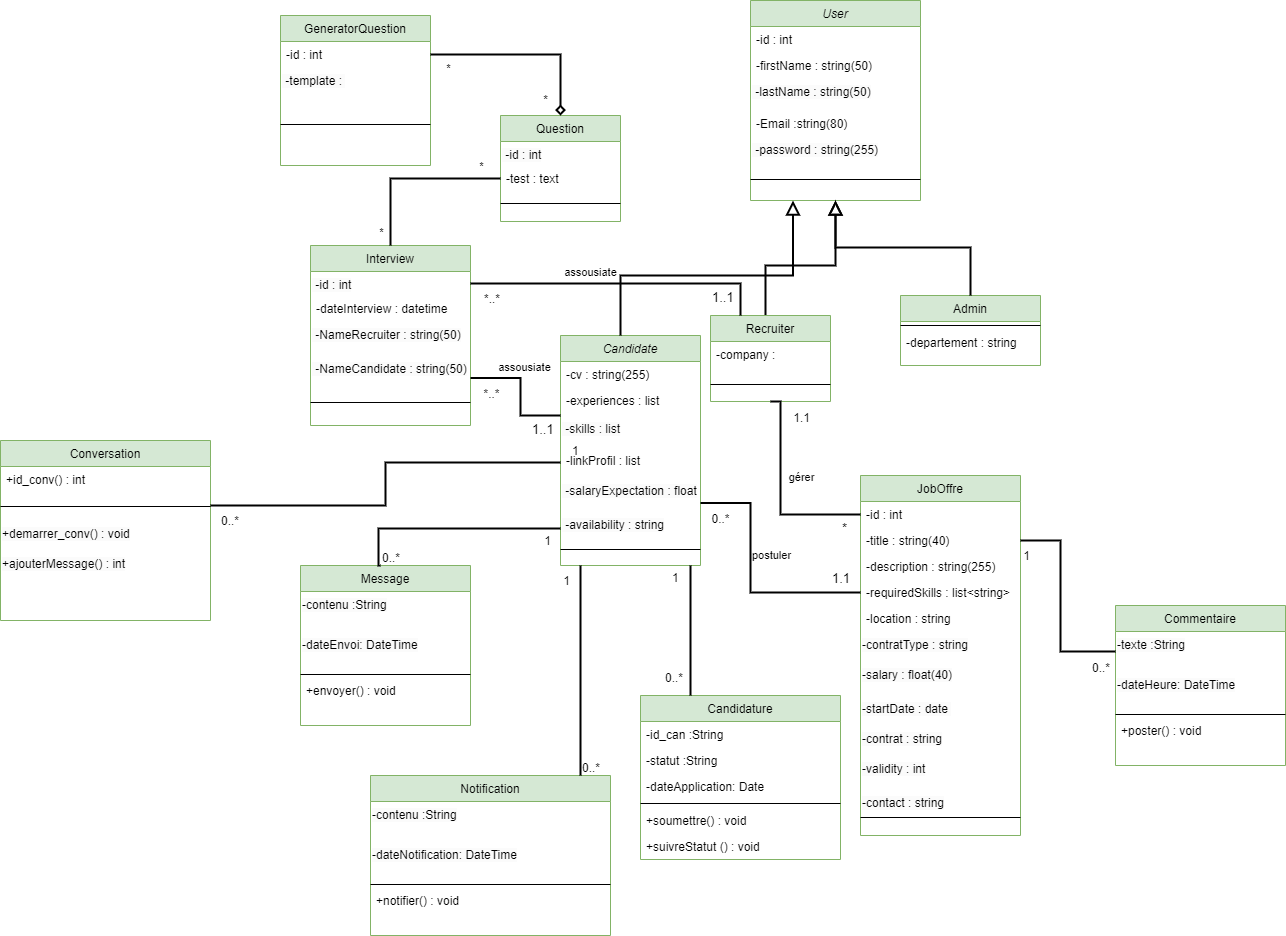
Above: Diagramme class BD.drawio.png in chirine1/-project (draw.io), before the change. Source tidied: cells renumbered, new cells last; positions are measured from the earlier drawing's top-left corner, leaving out a move shared by most shapes.
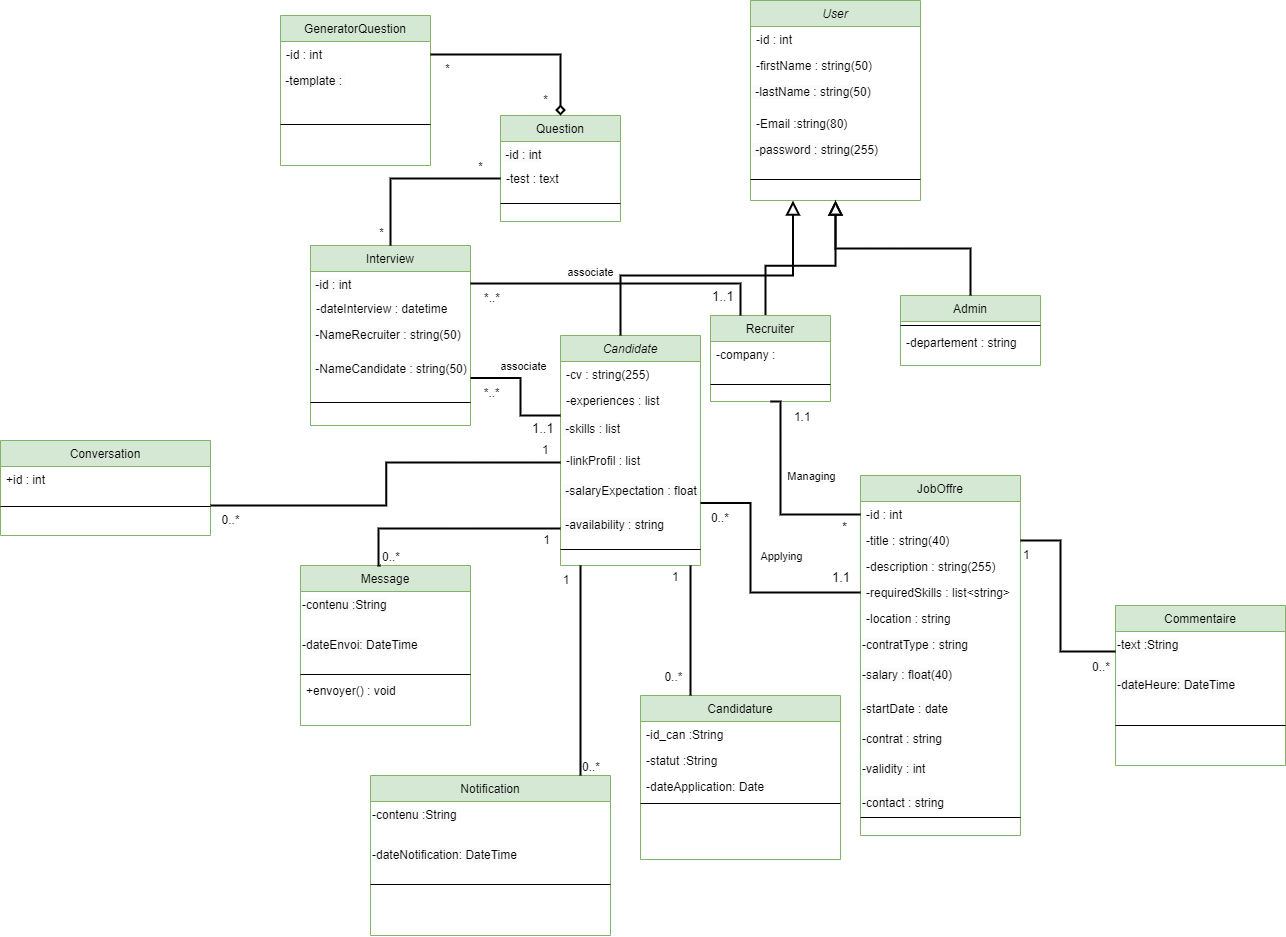
After the commit.

Commit message:
Mettre à jour Diagramme class BD.drawio.png

Change to the diagram source:
```diff
@@ -172,9 +172,9 @@
         <mxPoint x="41" y="24" as="offset" />
       </mxGeometry>
     </mxCell>
-    <mxCell id="55" value="gérer" style="edgeLabel;html=1;align=center;verticalAlign=middle;" parent="52" vertex="1">
+    <mxCell id="55" value="Managing" style="edgeLabel;html=1;align=center;verticalAlign=middle;" parent="52" vertex="1">
       <mxGeometry x="0.23" y="6" relative="1" as="geometry">
-        <mxPoint x="26" y="6" as="offset" />
+        <mxPoint x="36" y="6" as="offset" />
       </mxGeometry>
     </mxCell>
     <mxCell id="56" style="endArrow=none;shadow=0;strokeWidth=2;rounded=0;endFill=0;edgeStyle=elbowEdgeStyle;elbow=horizontal;exitX=0;exitY=0.5;exitDx=0;exitDy=0;entryX=1;entryY=0.75;entryDx=0;entryDy=0;" parent="1" edge="1" source="18" target="35">
@@ -195,9 +195,9 @@
         <mxPoint x="30" y="23" as="offset" />
       </mxGeometry>
     </mxCell>
-    <mxCell id="59" value="postuler" style="edgeLabel;html=1;align=center;verticalAlign=middle;" parent="56" vertex="1">
+    <mxCell id="59" value="Applying" style="edgeLabel;html=1;align=center;verticalAlign=middle;" parent="56" vertex="1">
       <mxGeometry x="0.23" y="6" relative="1" as="geometry">
-        <mxPoint x="26" y="6" as="offset" />
+        <mxPoint x="36" y="6" as="offset" />
       </mxGeometry>
     </mxCell>
     <mxCell id="60" style="endArrow=none;shadow=0;strokeWidth=2;rounded=0;endFill=0;edgeStyle=elbowEdgeStyle;elbow=horizontal;exitX=0;exitY=0;exitDx=0;exitDy=0;entryX=1;entryY=0.75;entryDx=0;entryDy=0;" parent="1" edge="1" source="33" target="50">
@@ -218,7 +218,7 @@
         <mxPoint x="30" y="23" as="offset" />
       </mxGeometry>
     </mxCell>
-    <mxCell id="63" value="assousiate" style="edgeLabel;html=1;align=center;verticalAlign=middle;" parent="60" vertex="1">
+    <mxCell id="63" value="associate" style="edgeLabel;html=1;align=center;verticalAlign=middle;" parent="60" vertex="1">
       <mxGeometry x="0.23" y="6" relative="1" as="geometry">
         <mxPoint x="3" y="-18" as="offset" />
       </mxGeometry>
@@ -265,7 +265,7 @@
         <mxPoint x="30" y="23" as="offset" />
       </mxGeometry>
     </mxCell>
-    <mxCell id="73" value="assousiate" style="edgeLabel;html=1;align=center;verticalAlign=middle;" parent="70" vertex="1">
+    <mxCell id="73" value="associate" style="edgeLabel;html=1;align=center;verticalAlign=middle;" parent="70" vertex="1">
       <mxGeometry x="0.23" y="6" relative="1" as="geometry">
         <mxPoint x="3" y="-18" as="offset" />
       </mxGeometry>
@@ -279,20 +279,14 @@
       </mxGeometry>
     </mxCell>
     <mxCell id="75" value="Conversation" style="swimlane;fontStyle=0;align=center;verticalAlign=top;horizontal=1;startSize=26;rounded=0;shadow=0;strokeWidth=1;fillColor=#d5e8d4;strokeColor=#82b366;" parent="1" vertex="1">
-      <mxGeometry y="440" width="210" height="180" as="geometry" />
+      <mxGeometry y="440" width="210" height="95" as="geometry" />
     </mxCell>
-    <mxCell id="76" value="+id_conv() : int" style="text;align=left;verticalAlign=top;spacingLeft=4;spacingRight=4;overflow=hidden;" parent="75" vertex="1">
+    <mxCell id="76" value="+id : int" style="text;align=left;verticalAlign=top;spacingLeft=4;spacingRight=4;overflow=hidden;" parent="75" vertex="1">
       <mxGeometry y="26" width="210" height="26" as="geometry" />
     </mxCell>
     <mxCell id="77" style="line;html=1;strokeWidth=1;align=left;verticalAlign=middle;spacingTop=-1;spacingLeft=3;spacingRight=3;labelPosition=right;" parent="75" vertex="1">
       <mxGeometry y="52" width="210" height="28" as="geometry" />
     </mxCell>
-    <mxCell id="78" value="&lt;span style=&quot;color: rgb(0, 0, 0); font-family: Helvetica; font-size: 12px; font-style: normal; font-variant-ligatures: normal; font-variant-caps: normal; font-weight: 400; letter-spacing: normal; orphans: 2; text-align: left; text-indent: 0px; text-transform: none; widows: 2; word-spacing: 0px; -webkit-text-stroke-width: 0px; background-color: rgb(251, 251, 251); text-decoration-thickness: initial; text-decoration-style: initial; text-decoration-color: initial; float: none; display: inline !important;&quot;&gt;+demarrer_conv() : void&lt;/span&gt;" style="text;whiteSpace=wrap;html=1;" parent="75" vertex="1">
-      <mxGeometry y="80" width="210" height="30" as="geometry" />
-    </mxCell>
-    <mxCell id="79" value="&lt;span style=&quot;color: rgb(0, 0, 0); font-family: Helvetica; font-size: 12px; font-style: normal; font-variant-ligatures: normal; font-variant-caps: normal; font-weight: 400; letter-spacing: normal; orphans: 2; text-align: left; text-indent: 0px; text-transform: none; widows: 2; word-spacing: 0px; -webkit-text-stroke-width: 0px; background-color: rgb(251, 251, 251); text-decoration-thickness: initial; text-decoration-style: initial; text-decoration-color: initial; float: none; display: inline !important;&quot;&gt;+ajouterMessage() : int&lt;/span&gt;" style="text;whiteSpace=wrap;html=1;" parent="75" vertex="1">
-      <mxGeometry y="110" width="210" height="40" as="geometry" />
-    </mxCell>
     <mxCell id="80" value="Notification" style="swimlane;fontStyle=0;align=center;verticalAlign=top;horizontal=1;startSize=26;rounded=0;shadow=0;strokeWidth=1;fillColor=#d5e8d4;strokeColor=#82b366;" parent="1" vertex="1">
       <mxGeometry x="370" y="775" width="240" height="160" as="geometry" />
     </mxCell>
@@ -305,24 +299,18 @@
     <mxCell id="83" style="line;html=1;strokeWidth=1;align=left;verticalAlign=middle;spacingTop=-1;spacingLeft=3;spacingRight=3;labelPosition=right;" parent="80" vertex="1">
       <mxGeometry y="106" width="240" height="6" as="geometry" />
     </mxCell>
-    <mxCell id="84" value="+notifier() : void" style="text;align=left;verticalAlign=top;spacingLeft=4;spacingRight=4;overflow=hidden;" parent="80" vertex="1">
-      <mxGeometry y="112" width="240" height="38" as="geometry" />
-    </mxCell>
     <mxCell id="85" value="Commentaire" style="swimlane;fontStyle=0;align=center;verticalAlign=top;horizontal=1;startSize=26;rounded=0;shadow=0;strokeWidth=1;fillColor=#d5e8d4;strokeColor=#82b366;" parent="1" vertex="1">
       <mxGeometry x="1115" y="605" width="170" height="160" as="geometry" />
     </mxCell>
-    <mxCell id="86" value="&lt;span style=&quot;color: rgb(0, 0, 0); font-family: Helvetica; font-size: 12px; font-style: normal; font-variant-ligatures: normal; font-variant-caps: normal; font-weight: 400; letter-spacing: normal; orphans: 2; text-align: left; text-indent: 0px; text-transform: none; widows: 2; word-spacing: 0px; -webkit-text-stroke-width: 0px; background-color: rgb(251, 251, 251); text-decoration-thickness: initial; text-decoration-style: initial; text-decoration-color: initial; float: none; display: inline !important;&quot;&gt;-texte :String&lt;/span&gt;" style="text;whiteSpace=wrap;html=1;" parent="85" vertex="1">
+    <mxCell id="86" value="&lt;span style=&quot;color: rgb(0, 0, 0); font-family: Helvetica; font-size: 12px; font-style: normal; font-variant-ligatures: normal; font-variant-caps: normal; font-weight: 400; letter-spacing: normal; orphans: 2; text-align: left; text-indent: 0px; text-transform: none; widows: 2; word-spacing: 0px; -webkit-text-stroke-width: 0px; background-color: rgb(251, 251, 251); text-decoration-thickness: initial; text-decoration-style: initial; text-decoration-color: initial; float: none; display: inline !important;&quot;&gt;-text :String&lt;/span&gt;" style="text;whiteSpace=wrap;html=1;" parent="85" vertex="1">
       <mxGeometry y="26" width="170" height="40" as="geometry" />
     </mxCell>
     <mxCell id="87" value="&lt;span style=&quot;color: rgb(0, 0, 0); font-family: Helvetica; font-size: 12px; font-style: normal; font-variant-ligatures: normal; font-variant-caps: normal; font-weight: 400; letter-spacing: normal; orphans: 2; text-align: left; text-indent: 0px; text-transform: none; widows: 2; word-spacing: 0px; -webkit-text-stroke-width: 0px; background-color: rgb(251, 251, 251); text-decoration-thickness: initial; text-decoration-style: initial; text-decoration-color: initial; float: none; display: inline !important;&quot;&gt;-dateHeure: DateTime&lt;/span&gt;" style="text;whiteSpace=wrap;html=1;" parent="85" vertex="1">
       <mxGeometry y="66" width="170" height="40" as="geometry" />
     </mxCell>
     <mxCell id="88" style="line;html=1;strokeWidth=1;align=left;verticalAlign=middle;spacingTop=-1;spacingLeft=3;spacingRight=3;labelPosition=right;" parent="85" vertex="1">
-      <mxGeometry y="106" width="170" height="6" as="geometry" />
+      <mxGeometry y="106" width="170" height="28" as="geometry" />
     </mxCell>
-    <mxCell id="89" value="+poster() : void" style="text;align=left;verticalAlign=top;spacingLeft=4;spacingRight=4;overflow=hidden;" parent="85" vertex="1">
-      <mxGeometry y="112" width="170" height="38" as="geometry" />
-    </mxCell>
     <mxCell id="90" value="Message" style="swimlane;fontStyle=0;align=center;verticalAlign=top;horizontal=1;startSize=26;rounded=0;shadow=0;strokeWidth=1;fillColor=#d5e8d4;strokeColor=#82b366;" parent="1" vertex="1">
       <mxGeometry x="300" y="565" width="170" height="160" as="geometry" />
     </mxCell>
@@ -353,12 +341,6 @@
     <mxCell id="99" style="line;html=1;strokeWidth=1;align=left;verticalAlign=middle;spacingTop=-1;spacingLeft=3;spacingRight=3;labelPosition=right;" parent="95" vertex="1">
       <mxGeometry y="104" width="200" height="8" as="geometry" />
     </mxCell>
-    <mxCell id="100" value="+soumettre() : void" style="text;align=left;verticalAlign=top;spacingLeft=4;spacingRight=4;overflow=hidden;" parent="95" vertex="1">
-      <mxGeometry y="112" width="200" height="26" as="geometry" />
-    </mxCell>
-    <mxCell id="101" value="+suivreStatut () : void" style="text;align=left;verticalAlign=top;spacingLeft=4;spacingRight=4;overflow=hidden;" parent="95" vertex="1">
-      <mxGeometry y="138" width="200" height="22" as="geometry" />
-    </mxCell>
     <mxCell id="102" style="endArrow=none;shadow=0;strokeWidth=2;rounded=0;endFill=0;edgeStyle=elbowEdgeStyle;elbow=horizontal;entryX=0;entryY=0.5;entryDx=0;entryDy=0;" parent="1" edge="1" target="36">
       <mxGeometry x="0.5" y="41" relative="1" as="geometry">
         <mxPoint x="380" y="565" as="sourcePoint" />
@@ -420,7 +402,7 @@
     </mxCell>
     <mxCell id="112" value="1" style="align=left;verticalAlign=bottom;labelBackgroundColor=none;fontSize=12;" parent="111" vertex="1">
       <mxGeometry x="-1" relative="1" as="geometry">
-        <mxPoint x="10" y="-4" as="offset" />
+        <mxPoint x="-20" y="-4" as="offset" />
       </mxGeometry>
     </mxCell>
     <mxCell id="113" value="0..*" style="align=right;verticalAlign=bottom;labelBackgroundColor=none;fontSize=12;" parent="111" vertex="1">
```
